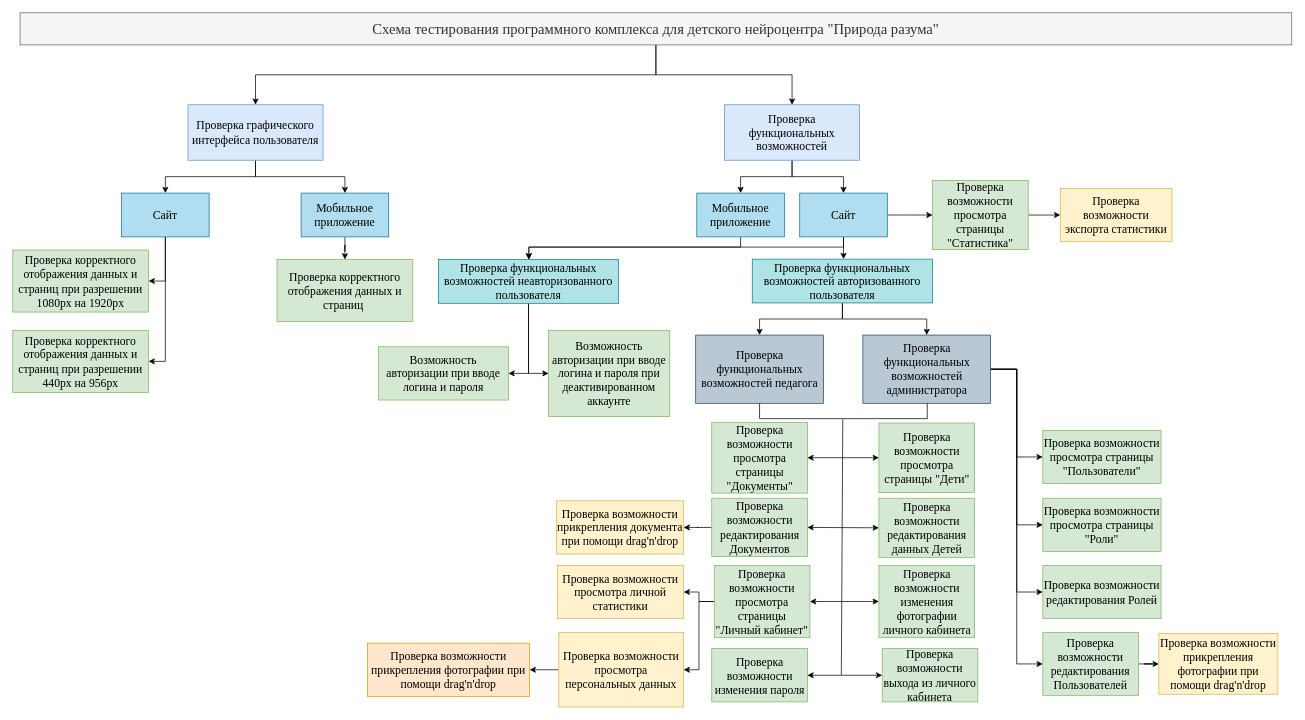
slsforme/prirodaRazumaSoftwareSystem keeps this draw.io diagram as drawio/test_scheme.drawio. Above is the earlier version. Source tidied: cells renumbered, new cells numbered last; positions are measured from the earlier drawing's top-left corner, leaving out a move shared by most shapes. Both pictures are drawn from the tidied source at 73%, with x=0, y=0 at pixel (12, 12).
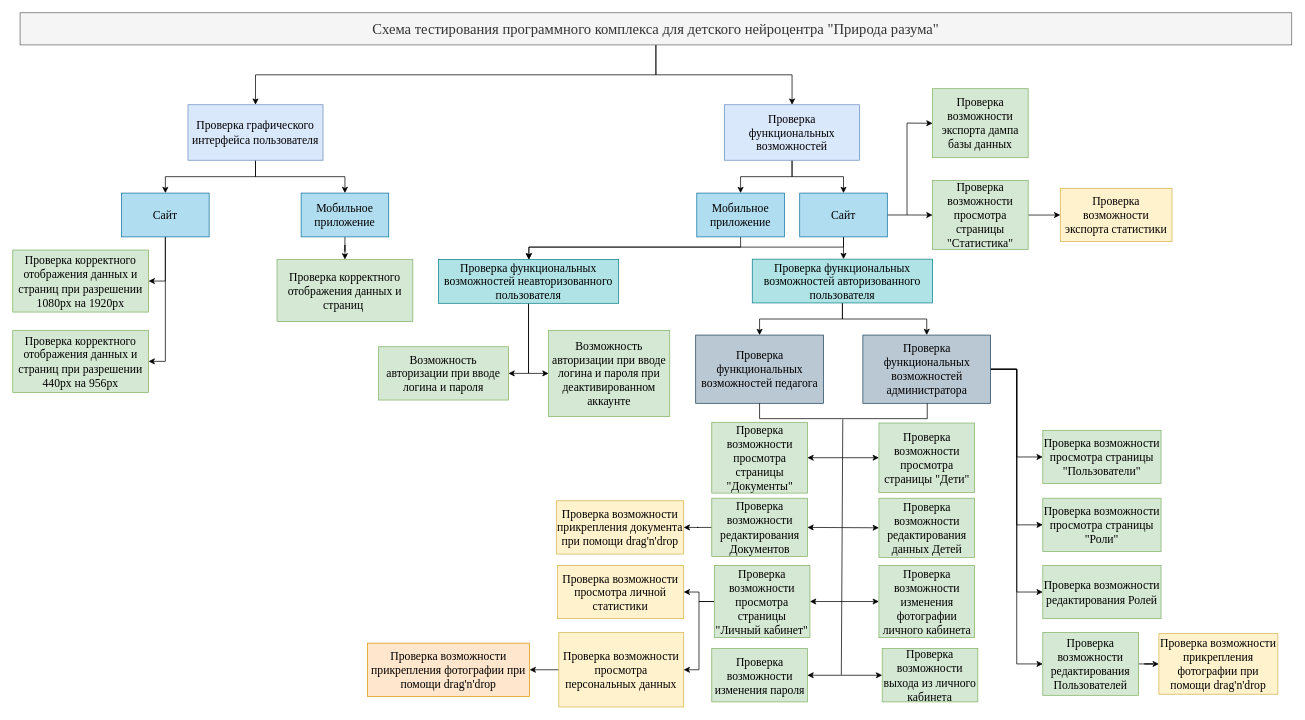
The same page after the edit.

Commit message:
Актуальная версия test_scheme.drawio

Diff of the diagram source:
```diff
@@
+    <mxCell id="72" value="Проверка возможности экспорта дампа базы данных" style="rounded=0;whiteSpace=wrap;html=1;fillColor=#d5e8d4;strokeColor=#82b366;fontFamily=Garamond;fontSize=16;" parent="1" vertex="1">
+      <mxGeometry x="1260" y="104" width="131" height="94.5" as="geometry" />
+    </mxCell>
+    <mxCell id="73" style="endArrow=none;html=1;rounded=0;" parent="1" edge="1">
+      <mxGeometry relative="1" as="geometry">
+        <mxPoint x="1225" y="277" as="sourcePoint" />
+        <mxPoint x="1225" y="151" as="targetPoint" />
+      </mxGeometry>
+    </mxCell>
+    <mxCell id="74" style="endArrow=classic;html=1;rounded=0;entryX=0;entryY=0.5;entryDx=0;entryDy=0;" parent="1" edge="1">
+      <mxGeometry relative="1" as="geometry">
+        <mxPoint x="1225" y="151.1" as="sourcePoint" />
+        <mxPoint x="1260" y="151.4" as="targetPoint" />
+      </mxGeometry>
+    </mxCell>
```
